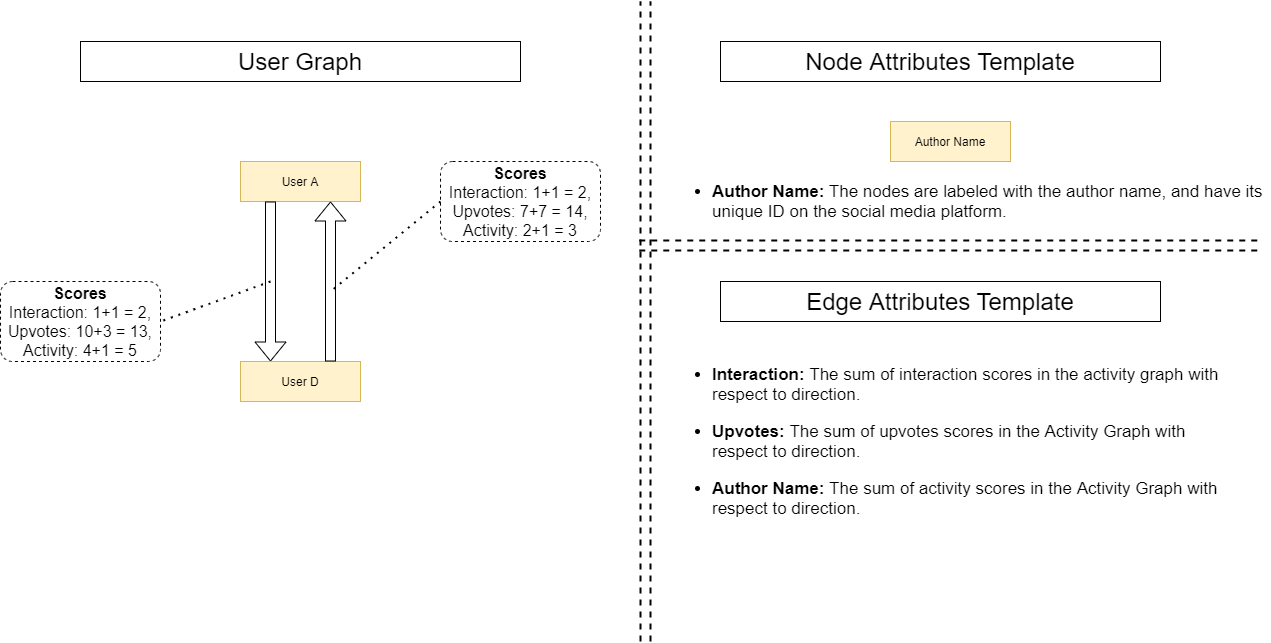
Before: docs/figures/figures/one_submission_example_scoring_edges/User_Graph_one_submission.png, a diagram exported from draw.io (MohammedGuniem/social-media-influence-analyzer). Source tidied: cells renumbered, new cells last; positions are measured from the earlier drawing's top-left corner, leaving out a move shared by most shapes.
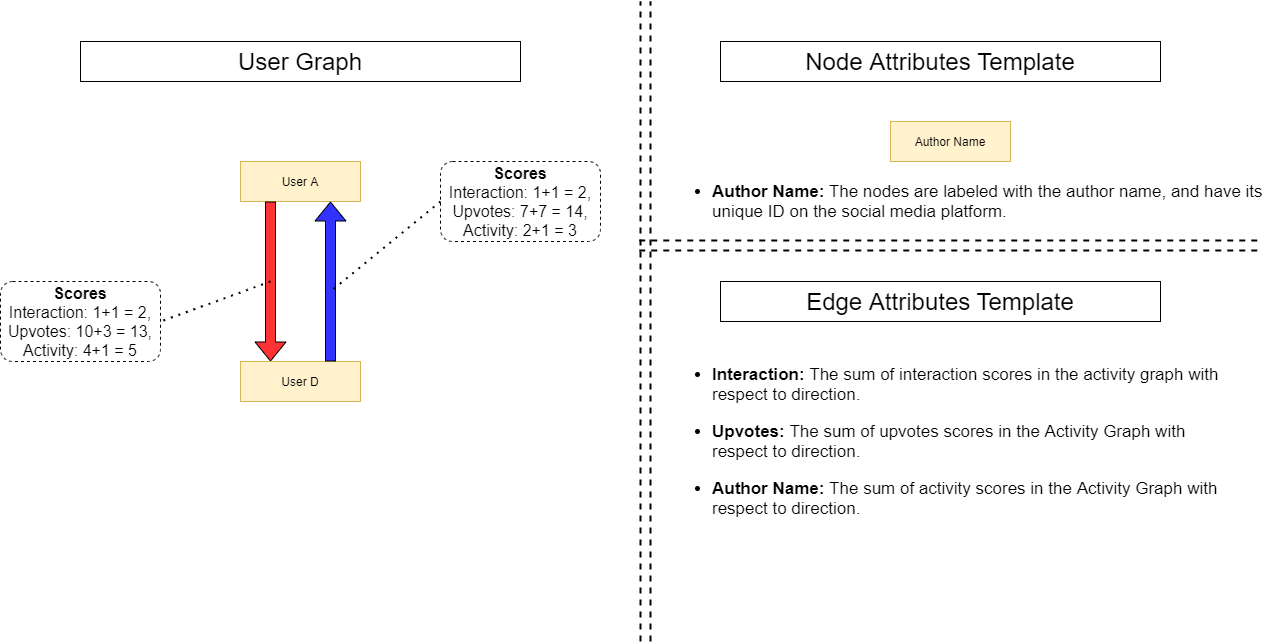
The same file after the commit.

What changed in the source:
```diff
@@ -8,7 +8,7 @@
     <mxCell id="3" value="User A" style="rounded=0;whiteSpace=wrap;html=1;fillColor=#fff2cc;strokeColor=#d6b656;" parent="1" vertex="1">
       <mxGeometry x="240" y="160" width="120" height="40" as="geometry" />
     </mxCell>
-    <mxCell id="4" style="shape=flexArrow;endArrow=classic;html=1;entryX=0.25;entryY=0;entryDx=0;entryDy=0;" parent="1" edge="1" target="14">
+    <mxCell id="4" style="shape=flexArrow;endArrow=classic;html=1;entryX=0.25;entryY=0;entryDx=0;entryDy=0;fillColor=#FF3333;" parent="1" edge="1" target="14">
       <mxGeometry relative="1" as="geometry">
         <mxPoint x="270" y="200" as="sourcePoint" />
       </mxGeometry>
@@ -55,7 +55,7 @@
     <mxCell id="14" value="User D" style="rounded=0;whiteSpace=wrap;html=1;fillColor=#fff2cc;strokeColor=#d6b656;" parent="1" vertex="1">
       <mxGeometry x="240" y="360" width="120" height="40" as="geometry" />
     </mxCell>
-    <mxCell id="15" style="shape=flexArrow;endArrow=classic;html=1;exitX=0.75;exitY=0;exitDx=0;exitDy=0;entryX=0.75;entryY=1;entryDx=0;entryDy=0;" parent="1" edge="1" source="14" target="3">
+    <mxCell id="15" style="shape=flexArrow;endArrow=classic;html=1;exitX=0.75;exitY=0;exitDx=0;exitDy=0;entryX=0.75;entryY=1;entryDx=0;entryDy=0;fillColor=#3333FF;" parent="1" edge="1" source="14" target="3">
       <mxGeometry relative="1" as="geometry" />
     </mxCell>
     <mxCell id="16" style="endArrow=none;dashed=1;html=1;dashPattern=1 3;strokeWidth=2;entryX=1;entryY=0.5;entryDx=0;entryDy=0;" parent="1" edge="1" target="17">
```
